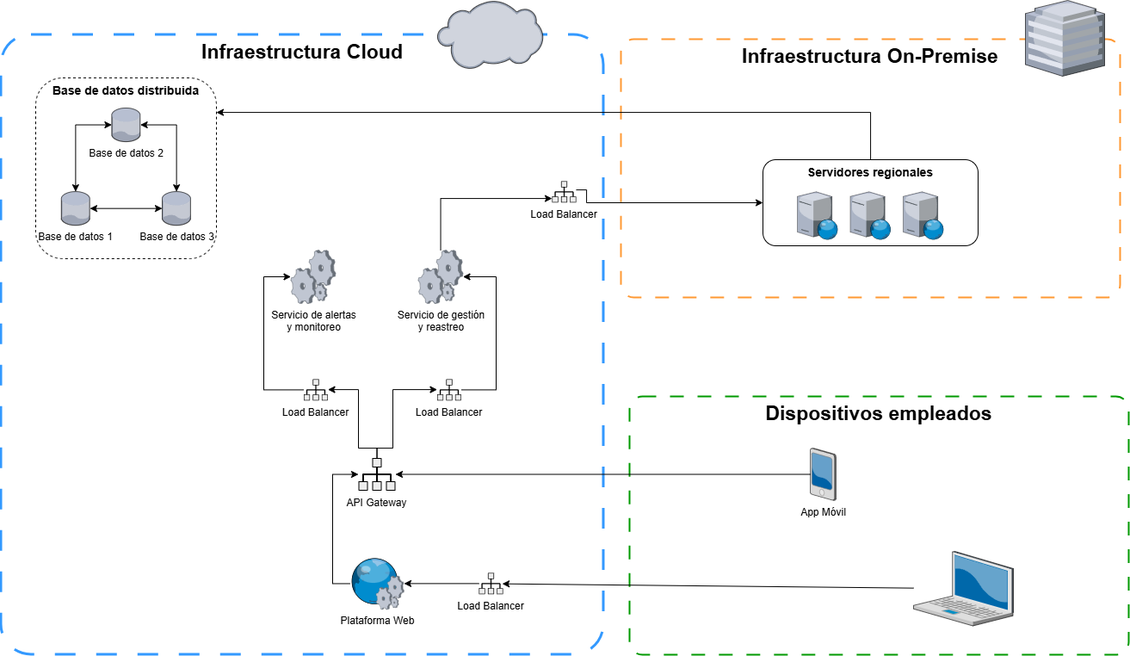
Before: AREM-Taller_4_Infraestructura/clase/diagrama-red-express.drawio.png, a diagram exported from draw.io (pipe1408/AREM-G1-trabajos-en-clase). Source tidied: cells renumbered, new cells last; positions are measured from the earlier drawing's top-left corner, leaving out a move shared by most shapes.
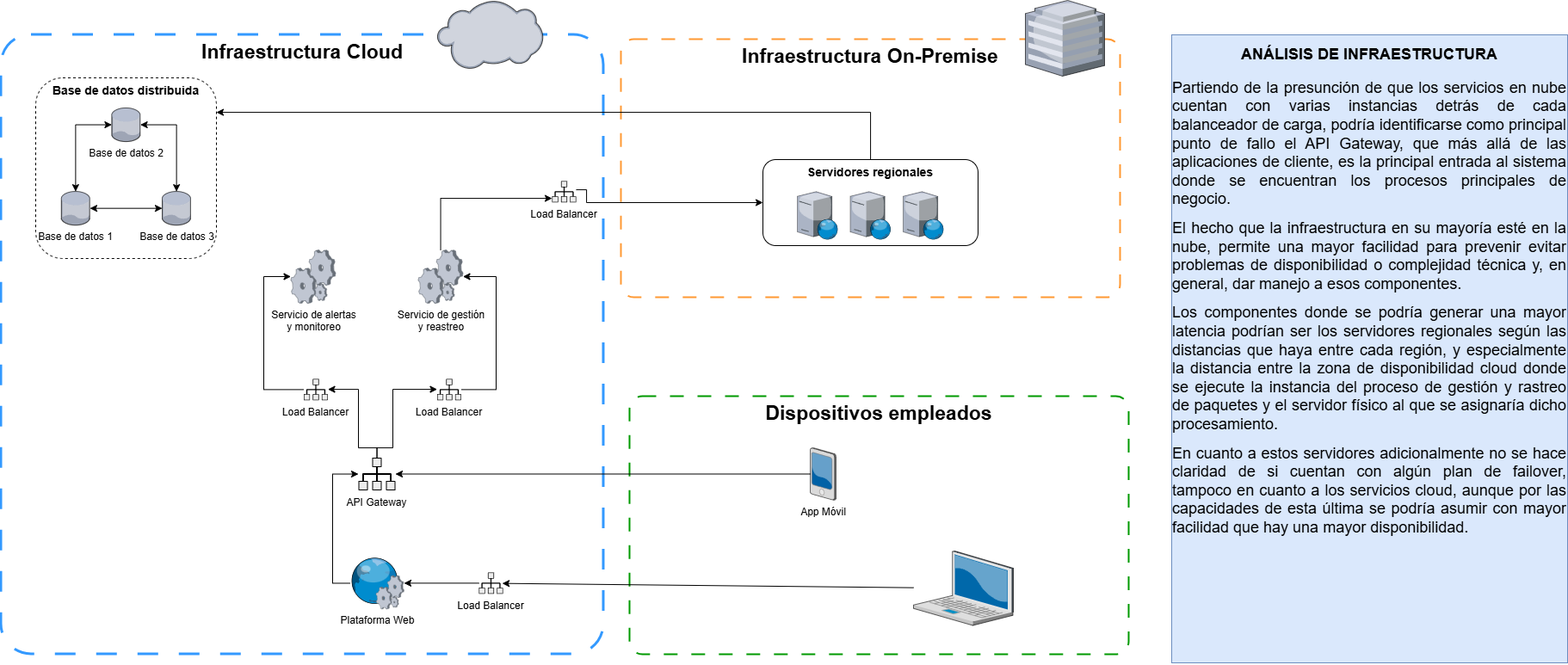
Later version of the same file.

The edit, as a diff of the source:
```diff
@@ -168,5 +168,8 @@
         </Array>
       </mxGeometry>
     </mxCell>
+    <mxCell id="44" value="&lt;h1 style=&quot;margin-top: 0px;&quot;&gt;&lt;span style=&quot;background-color: transparent; color: light-dark(rgb(0, 0, 0), rgb(255, 255, 255));&quot;&gt;&lt;font style=&quot;font-size: 18px;&quot;&gt;ANÁLISIS DE INFRAESTRUCTURA&lt;/font&gt;&lt;/span&gt;&lt;/h1&gt;&lt;p style=&quot;text-align: justify; margin-top: 0px;&quot;&gt;&lt;font style=&quot;font-size: 18px;&quot;&gt;Partiendo de la presunción de que los servicios en nube cuentan con varias instancias detrás de cada balanceador de carga, podría identificarse como principal punto de fallo el API Gateway, que más allá de las aplicaciones de cliente, es la principal entrada al sistema donde se encuentran los procesos principales de negocio.&lt;/font&gt;&lt;/p&gt;&lt;p style=&quot;text-align: justify; margin-top: 0px;&quot;&gt;&lt;font style=&quot;font-size: 18px;&quot;&gt;El hecho que la infraestructura en su mayoría esté en la nube, permite una mayor facilidad para prevenir evitar problemas de disponibilidad o complejidad técnica y, en general, dar manejo a esos componentes.&lt;/font&gt;&lt;/p&gt;&lt;p style=&quot;text-align: justify; margin-top: 0px;&quot;&gt;&lt;span style=&quot;font-size: 18px;&quot;&gt;Los componentes donde se podría generar una mayor latencia podrían ser los servidores regionales según las distancias que haya entre cada región, y especialmente la distancia entre la zona de disponibilidad cloud donde se ejecute la instancia del proceso de gestión y rastreo de paquetes y el servidor físico al que se asignaría dicho procesamiento.&lt;/span&gt;&lt;/p&gt;&lt;p style=&quot;text-align: justify; margin-top: 0px;&quot;&gt;&lt;span style=&quot;font-size: 18px;&quot;&gt;En cuanto a estos servidores adicionalmente no se hace claridad de si cuentan con algún plan de failover, tampoco en cuanto a los servicios cloud, aunque por las capacidades de esta última se podría asumir con mayor facilidad que hay una mayor disponibilidad.&lt;/span&gt;&lt;/p&gt;&lt;p style=&quot;text-align: justify; margin-top: 0px;&quot;&gt;&lt;span style=&quot;font-size: 18px;&quot;&gt;&lt;br&gt;&lt;/span&gt;&lt;/p&gt;" style="text;html=1;whiteSpace=wrap;overflow=hidden;rounded=0;fillColor=#dae8fc;strokeColor=#6c8ebf;align=center;" parent="1" vertex="1">
+      <mxGeometry x="1360" y="40" width="460" height="730" as="geometry" />
+    </mxCell>
   </root>
 </mxGraphModel>
```
